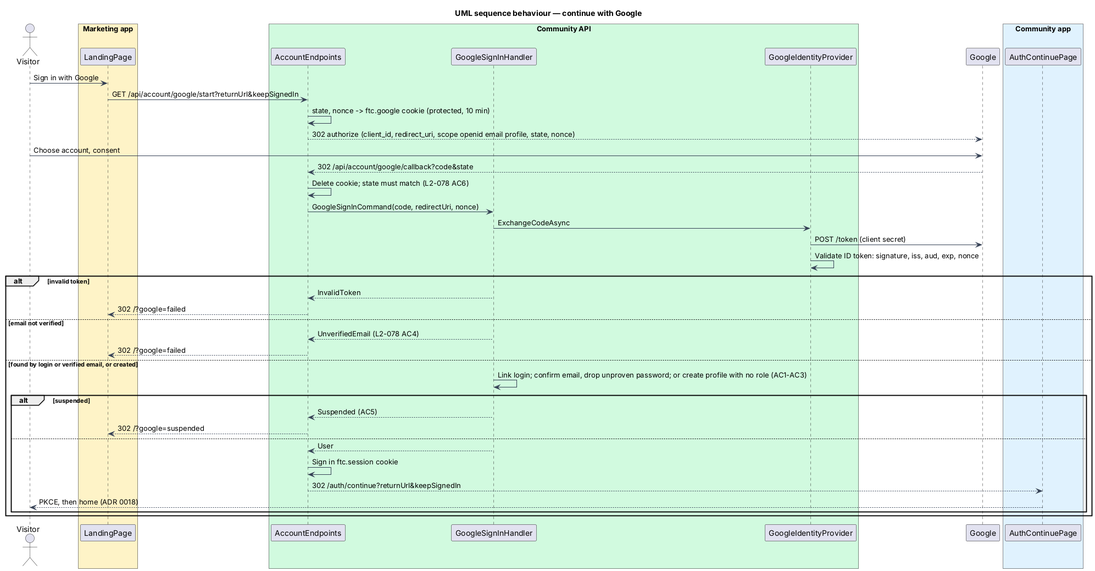
The PlantUML diagram docs/detailed-designs/identity/google-sign-in/diagrams/sequence-google-sign-in.png in QuinntyneBrown/faithtech-community, before a commit.
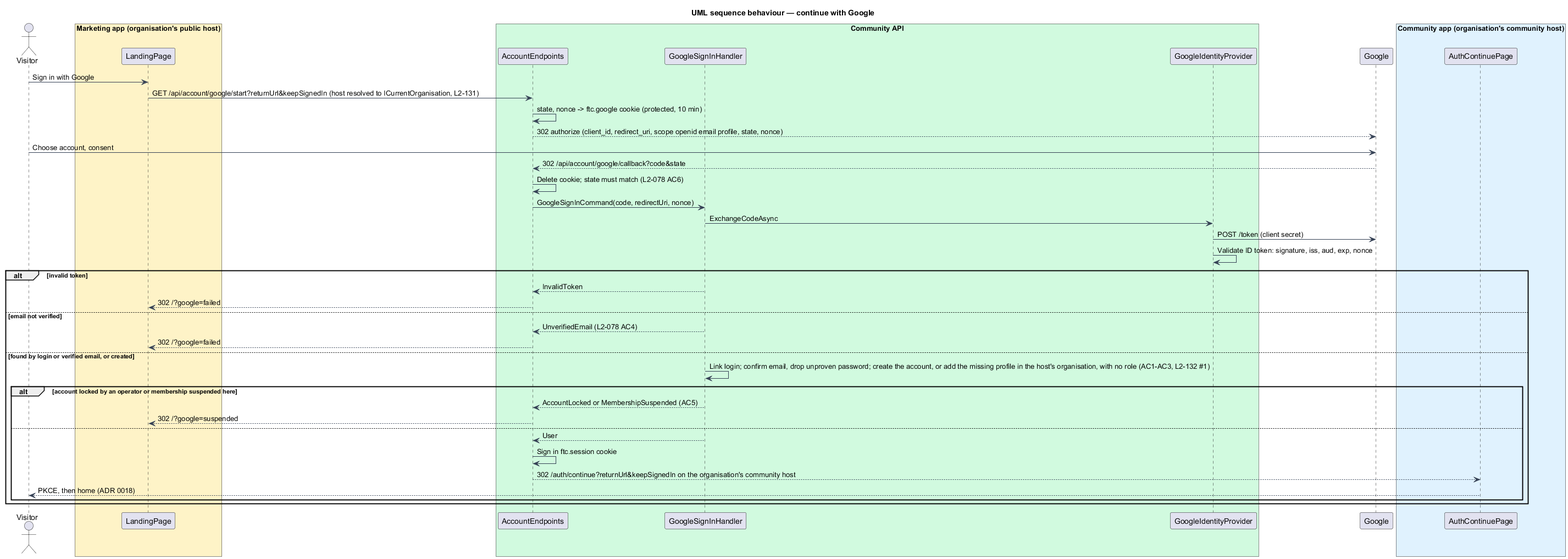
The same diagram one commit later.

The edit, as a diff of the source:
```diff
@@ -5,7 +5,7 @@
 skinparam defaultFontName Arial
 skinparam ArrowColor #344054
 actor "Visitor" as actor
-box "Marketing app" #FEF3C7
+box "Marketing app (organisation's public host)" #FEF3C7
   participant "LandingPage" as page
 end box
 box "Community API" #D1FADF
@@ -14,11 +14,11 @@
   participant "GoogleIdentityProvider" as prov
 end box
 participant "Google" as google
-box "Community app" #E0F2FE
+box "Community app (organisation's community host)" #E0F2FE
   participant "AuthContinuePage" as cont
 end box
 actor -> page : Sign in with Google
-page -> ep : GET /api/account/google/start?returnUrl&keepSignedIn
+page -> ep : GET /api/account/google/start?returnUrl&keepSignedIn (host resolved to ICurrentOrganisation, L2-131)
 ep -> ep : state, nonce -> ftc.google cookie (protected, 10 min)
 ep --> google : 302 authorize (client_id, redirect_uri, scope openid email profile, state, nonce)
 actor -> google : Choose account, consent
@@ -35,14 +35,14 @@
   h --> ep : UnverifiedEmail (L2-078 AC4)
   ep --> page : 302 /?google=failed
 else found by login or verified email, or created
-  h -> h : Link login; confirm email, drop unproven password; or create profile with no role (AC1-AC3)
-  alt suspended
-    h --> ep : Suspended (AC5)
+  h -> h : Link login; confirm email, drop unproven password; create the account, or add the missing profile in the host's organisation, with no role (AC1-AC3, L2-132 #1)
+  alt account locked by an operator or membership suspended here
+    h --> ep : AccountLocked or MembershipSuspended (AC5)
     ep --> page : 302 /?google=suspended
   else
     h --> ep : User
     ep -> ep : Sign in ftc.session cookie
-    ep --> cont : 302 /auth/continue?returnUrl&keepSignedIn
+    ep --> cont : 302 /auth/continue?returnUrl&keepSignedIn on the organisation's community host
     cont --> actor : PKCE, then home (ADR 0018)
   end
 end
```
